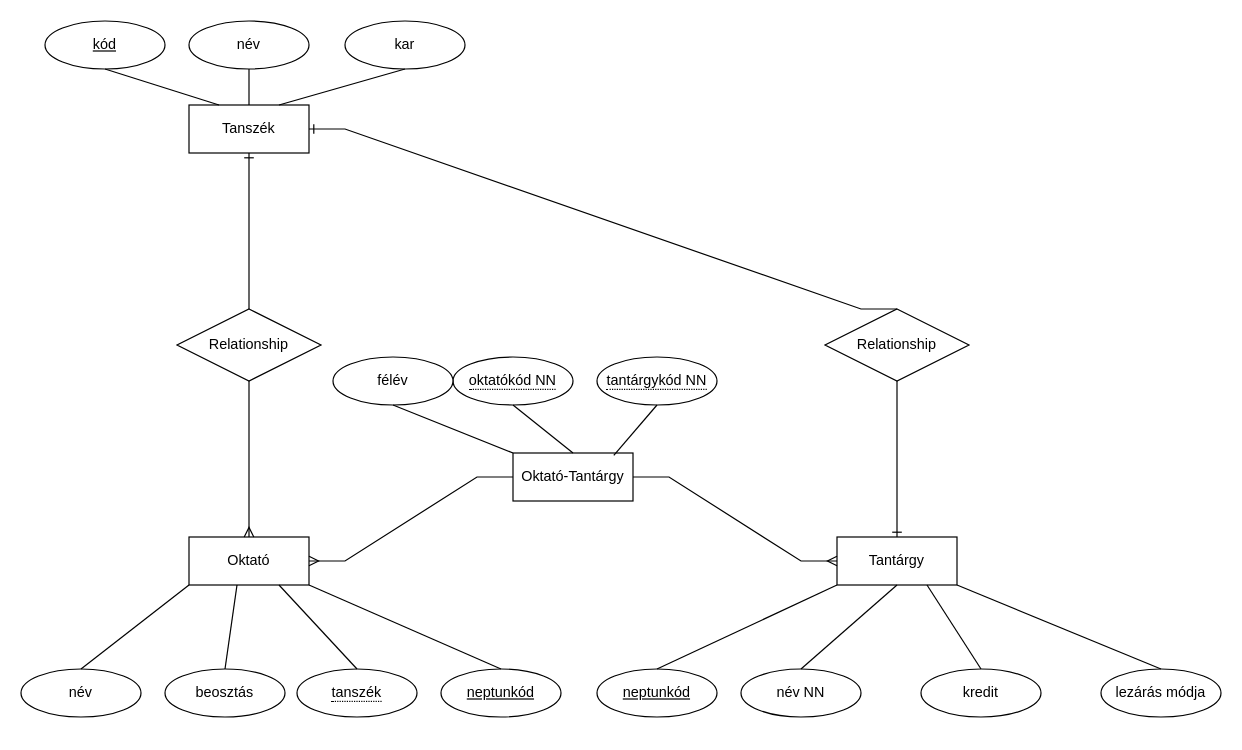
Before: HEPMIU_1004/hepmiu_4.1.drawio in urbanoliver/HEPMIU_DB1Gyak, a draw.io diagram. Source tidied: cells renumbered, new cells numbered last; positions are measured from the earlier drawing's top-left corner, leaving out a move shared by most shapes. Both pictures are drawn from the tidied source at 120%, with x=0, y=0 at pixel (20, 20).
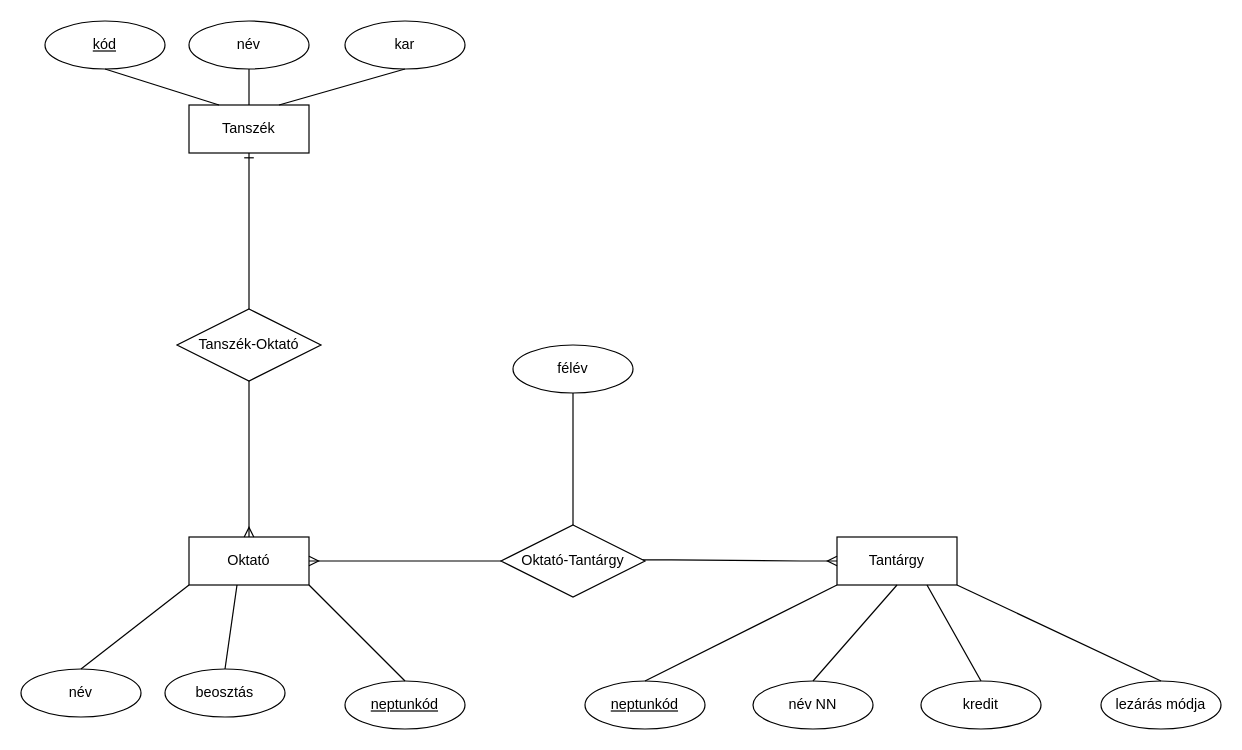
Above is the later version.

The change refers to these unchanged cells:
```xml
<mxCell id="2" value="Oktató" style="whiteSpace=wrap;html=1;align=center;" parent="1" vertex="1">
  <mxGeometry x="140" y="430" width="100" height="40" as="geometry" />
</mxCell>
<mxCell id="3" value="Tantárgy" style="whiteSpace=wrap;html=1;align=center;" parent="1" vertex="1">
  <mxGeometry x="680" y="430" width="100" height="40" as="geometry" />
</mxCell>
<mxCell id="4" value="Tanszék" style="whiteSpace=wrap;html=1;align=center;" parent="1" vertex="1">
  <mxGeometry x="140" y="70" width="100" height="40" as="geometry" />
</mxCell>
```

The edit, as a diff of the source:
```diff
@@
-    <mxCell id="5" value="Relationship" style="shape=rhombus;perimeter=rhombusPerimeter;whiteSpace=wrap;html=1;align=center;" parent="1" vertex="1">
+    <mxCell id="5" value="Tanszék-Oktató" style="shape=rhombus;perimeter=rhombusPerimeter;whiteSpace=wrap;html=1;align=center;" parent="1" vertex="1">
       <mxGeometry x="130" y="240" width="120" height="60" as="geometry" />
     </mxCell>
-    <mxCell id="6" value="Relationship" style="shape=rhombus;perimeter=rhombusPerimeter;whiteSpace=wrap;html=1;align=center;" parent="1" vertex="1">
-      <mxGeometry x="670" y="240" width="120" height="60" as="geometry" />
-    </mxCell>
@@
-    <mxCell id="12" value="&lt;span style=&quot;border-bottom: 1px dotted&quot;&gt;tanszék&lt;/span&gt;" style="ellipse;whiteSpace=wrap;html=1;align=center;" parent="1" vertex="1">
-      <mxGeometry x="230" y="540" width="100" height="40" as="geometry" />
-    </mxCell>
     <mxCell id="13" value="neptunkód" style="ellipse;whiteSpace=wrap;html=1;align=center;fontStyle=4;" parent="1" vertex="1">
-      <mxGeometry x="350" y="540" width="100" height="40" as="geometry" />
+      <mxGeometry x="270" y="550" width="100" height="40" as="geometry" />
     </mxCell>
@@
-    <mxCell id="19" style="endArrow=none;html=1;rounded=0;exitX=0.75;exitY=1;exitDx=0;exitDy=0;entryX=0.5;entryY=0;entryDx=0;entryDy=0;" parent="1" edge="1" source="2" target="12">
-      <mxGeometry relative="1" as="geometry" />
-    </mxCell>
@@
     <mxCell id="21" value="neptunkód" style="ellipse;whiteSpace=wrap;html=1;align=center;fontStyle=4;" parent="1" vertex="1">
-      <mxGeometry x="480" y="540" width="100" height="40" as="geometry" />
+      <mxGeometry x="470" y="550" width="100" height="40" as="geometry" />
     </mxCell>
     <mxCell id="22" value="név NN" style="ellipse;whiteSpace=wrap;html=1;align=center;" parent="1" vertex="1">
-      <mxGeometry x="600" y="540" width="100" height="40" as="geometry" />
+      <mxGeometry x="610" y="550" width="100" height="40" as="geometry" />
     </mxCell>
     <mxCell id="23" value="kredit" style="ellipse;whiteSpace=wrap;html=1;align=center;" parent="1" vertex="1">
-      <mxGeometry x="750" y="540" width="100" height="40" as="geometry" />
+      <mxGeometry x="750" y="550" width="100" height="40" as="geometry" />
     </mxCell>
     <mxCell id="24" value="lezárás módja" style="ellipse;whiteSpace=wrap;html=1;align=center;" parent="1" vertex="1">
-      <mxGeometry x="900" y="540" width="100" height="40" as="geometry" />
+      <mxGeometry x="900" y="550" width="100" height="40" as="geometry" />
     </mxCell>
@@
-    <mxCell id="31" value="Oktató-Tantárgy" style="whiteSpace=wrap;html=1;align=center;" parent="1" vertex="1">
-      <mxGeometry x="410" y="360" width="100" height="40" as="geometry" />
-    </mxCell>
-    <mxCell id="32" style="edgeStyle=entityRelationEdgeStyle;fontSize=12;html=1;endArrow=ERmany;rounded=0;exitX=1;exitY=0.5;exitDx=0;exitDy=0;entryX=0;entryY=0.5;entryDx=0;entryDy=0;" parent="1" edge="1" source="31" target="3">
+    <mxCell id="32" style="edgeStyle=entityRelationEdgeStyle;fontSize=12;html=1;endArrow=ERmany;rounded=0;exitX=0.933;exitY=0.483;exitDx=0;exitDy=0;entryX=0;entryY=0.5;entryDx=0;entryDy=0;exitPerimeter=0;" parent="1" edge="1" source="31" target="3">
       <mxGeometry relative="1" as="geometry" />
     </mxCell>
-    <mxCell id="33" value="&lt;span style=&quot;border-bottom: 1px dotted&quot;&gt;oktatókód NN&lt;/span&gt;" style="ellipse;whiteSpace=wrap;html=1;align=center;" parent="1" vertex="1">
-      <mxGeometry x="360" y="280" width="100" height="40" as="geometry" />
-    </mxCell>
-    <mxCell id="34" value="&lt;span style=&quot;border-bottom: 1px dotted&quot;&gt;tantárgykód NN&lt;/span&gt;" style="ellipse;whiteSpace=wrap;html=1;align=center;" parent="1" vertex="1">
-      <mxGeometry x="480" y="280" width="100" height="40" as="geometry" />
-    </mxCell>
     <mxCell id="35" value="félév" style="ellipse;whiteSpace=wrap;html=1;align=center;" parent="1" vertex="1">
-      <mxGeometry x="260" y="280" width="100" height="40" as="geometry" />
+      <mxGeometry x="410" y="270" width="100" height="40" as="geometry" />
     </mxCell>
-    <mxCell id="36" style="endArrow=none;html=1;rounded=0;exitX=0.5;exitY=1;exitDx=0;exitDy=0;" parent="1" edge="1" source="35" target="31">
+    <mxCell id="36" style="endArrow=none;html=1;rounded=0;exitX=0.5;exitY=1;exitDx=0;exitDy=0;entryX=0.5;entryY=0;entryDx=0;entryDy=0;" parent="1" edge="1" source="35" target="31">
       <mxGeometry relative="1" as="geometry" />
     </mxCell>
-    <mxCell id="37" style="endArrow=none;html=1;rounded=0;exitX=0.5;exitY=1;exitDx=0;exitDy=0;entryX=0.5;entryY=0;entryDx=0;entryDy=0;" parent="1" edge="1" source="33" target="31">
-      <mxGeometry relative="1" as="geometry" />
-    </mxCell>
-    <mxCell id="38" style="endArrow=none;html=1;rounded=0;entryX=0.5;entryY=1;entryDx=0;entryDy=0;exitX=0.84;exitY=0.05;exitDx=0;exitDy=0;exitPerimeter=0;" parent="1" edge="1" source="31" target="34">
-      <mxGeometry relative="1" as="geometry" />
-    </mxCell>
@@
-    <mxCell id="40" style="edgeStyle=entityRelationEdgeStyle;fontSize=12;html=1;endArrow=ERone;endFill=1;rounded=0;exitX=0.5;exitY=0;exitDx=0;exitDy=0;entryX=1;entryY=0.5;entryDx=0;entryDy=0;" parent="1" edge="1" source="6" target="4">
-      <mxGeometry relative="1" as="geometry" />
-    </mxCell>
-    <mxCell id="41" style="edgeStyle=orthogonalEdgeStyle;fontSize=12;html=1;endArrow=ERone;endFill=1;rounded=0;exitX=0.5;exitY=1;exitDx=0;exitDy=0;entryX=0.5;entryY=0;entryDx=0;entryDy=0;" parent="1" edge="1" source="6" target="3">
-      <mxGeometry relative="1" as="geometry" />
-    </mxCell>
+    <mxCell id="31" value="Oktató-Tantárgy" style="shape=rhombus;perimeter=rhombusPerimeter;whiteSpace=wrap;html=1;align=center;" parent="1" vertex="1">
+      <mxGeometry x="400" y="420" width="120" height="60" as="geometry" />
+    </mxCell>
```
